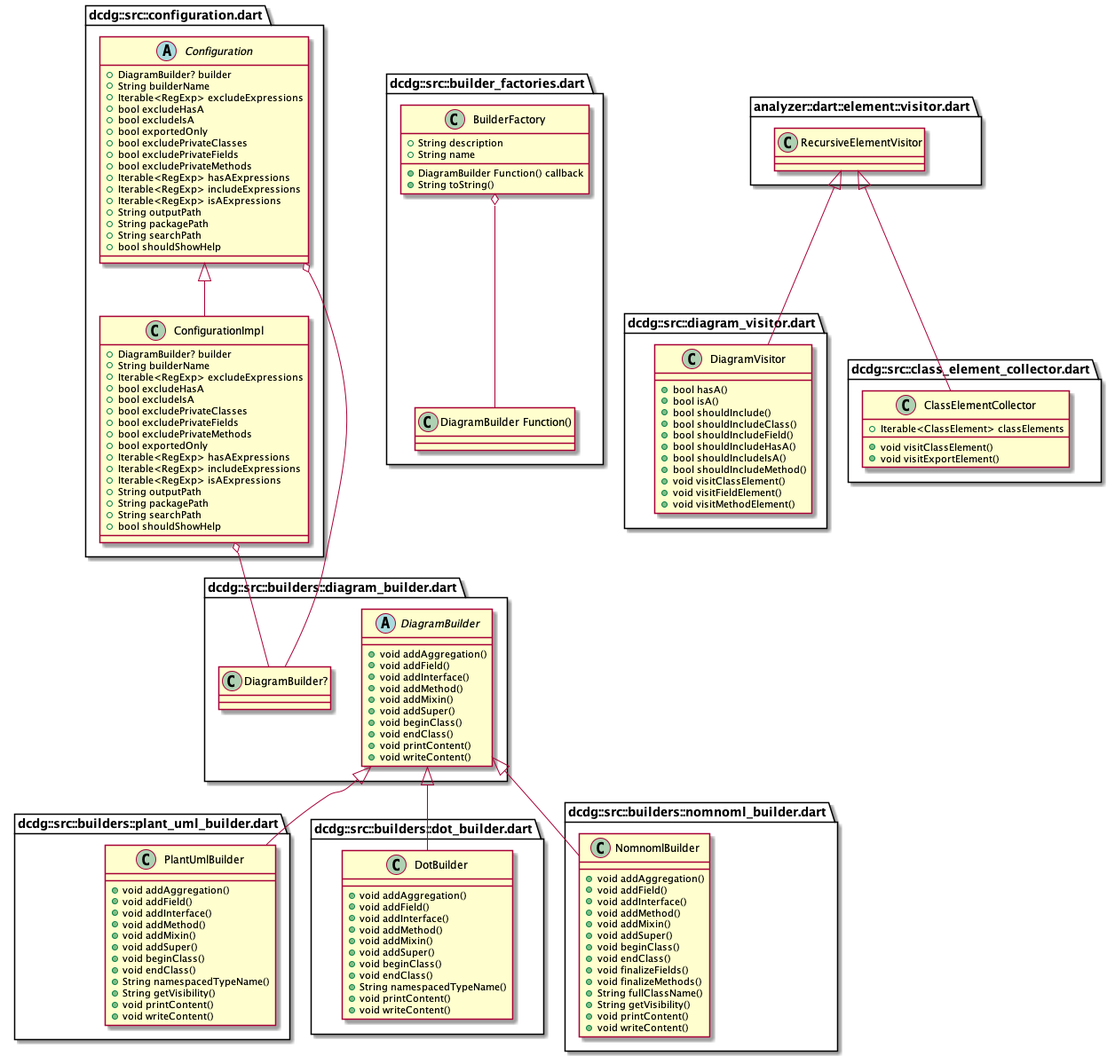
Before: example/dcdg.png, a diagram exported from PlantUML (glesica/dcdg.dart).
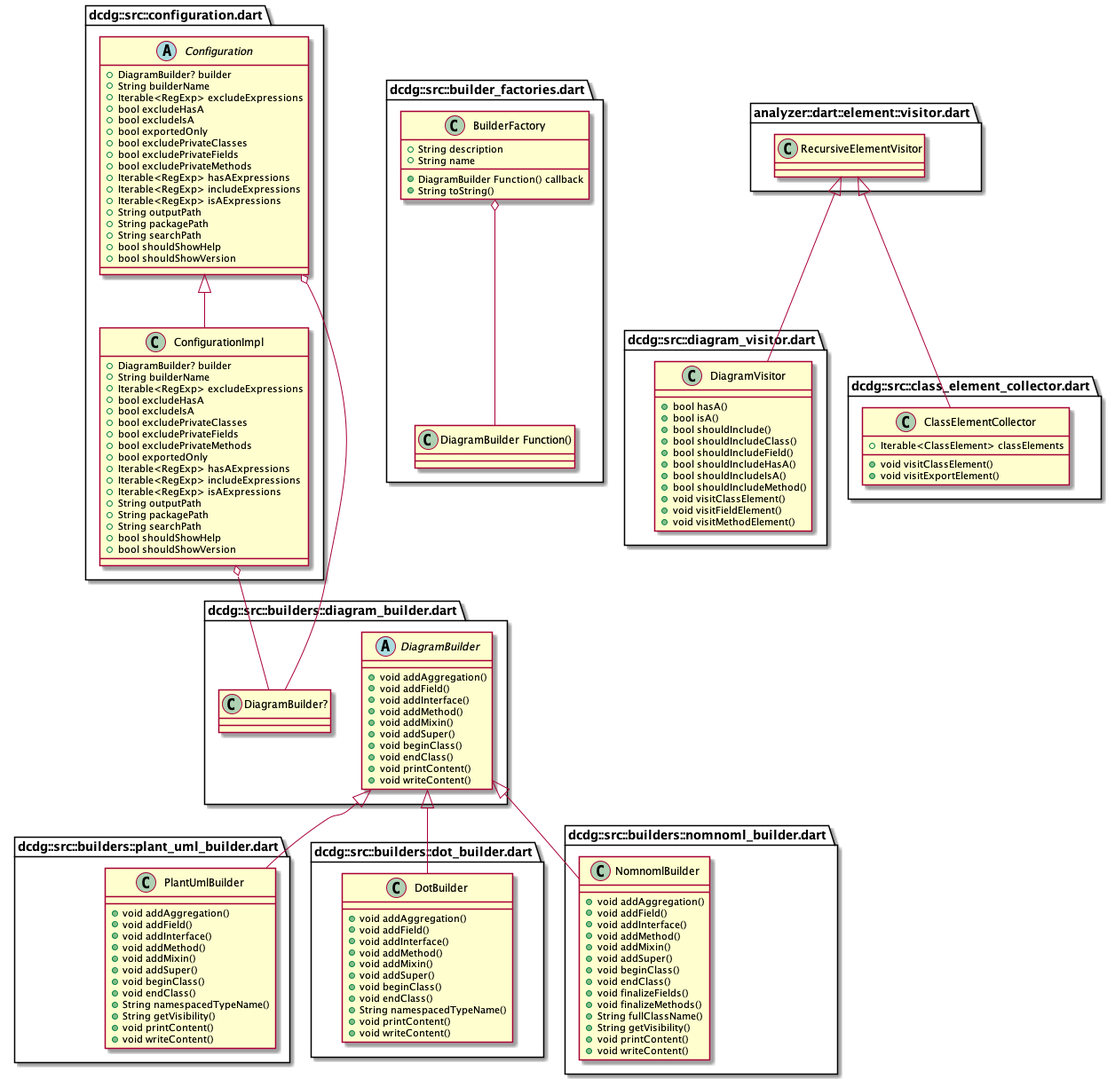
After the change.

Commit message:
Update self example

What changed in the source:
```diff
@@ -92,6 +92,7 @@
   +String packagePath
   +String searchPath
   +bool shouldShowHelp
+  +bool shouldShowVersion
 }
 
 "dcdg::src::configuration.dart::Configuration" o-- "dcdg::src::builders::diagram_builder.dart::DiagramBuilder?"
@@ -113,6 +114,7 @@
   +String packagePath
   +String searchPath
   +bool shouldShowHelp
+  +bool shouldShowVersion
 }
 
 "dcdg::src::configuration.dart::ConfigurationImpl" o-- "dcdg::src::builders::diagram_builder.dart::DiagramBuilder?"
```
